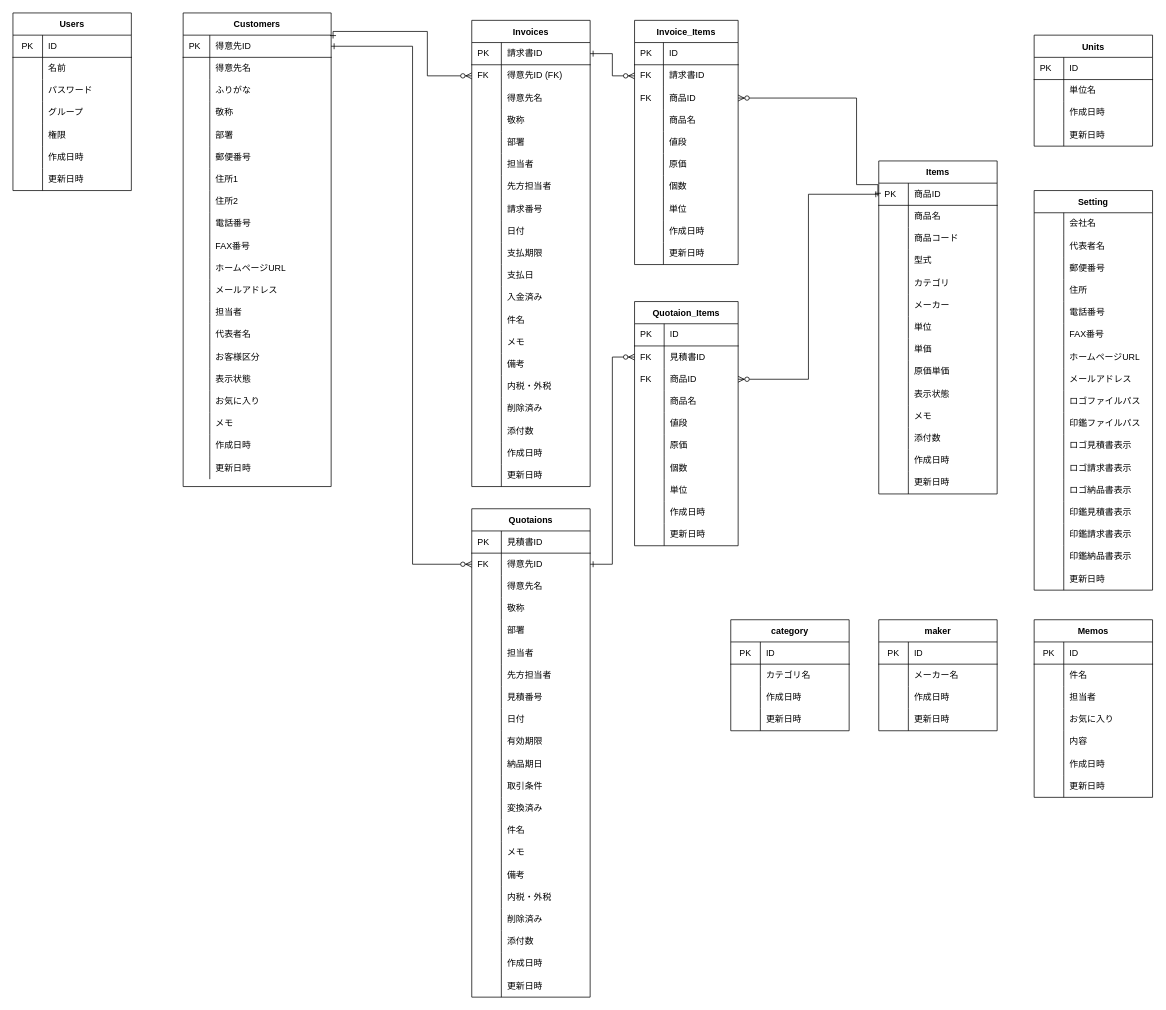
The draw.io diagram soho_er.dio in gamasenninn/caddie-clone, before the edit. Source tidied: cells renumbered, new cells numbered last; positions are measured from the earlier drawing's top-left corner, leaving out a move shared by most shapes. Both pictures are drawn from the tidied source at 74%, with x=0, y=0 at pixel (13, 13).
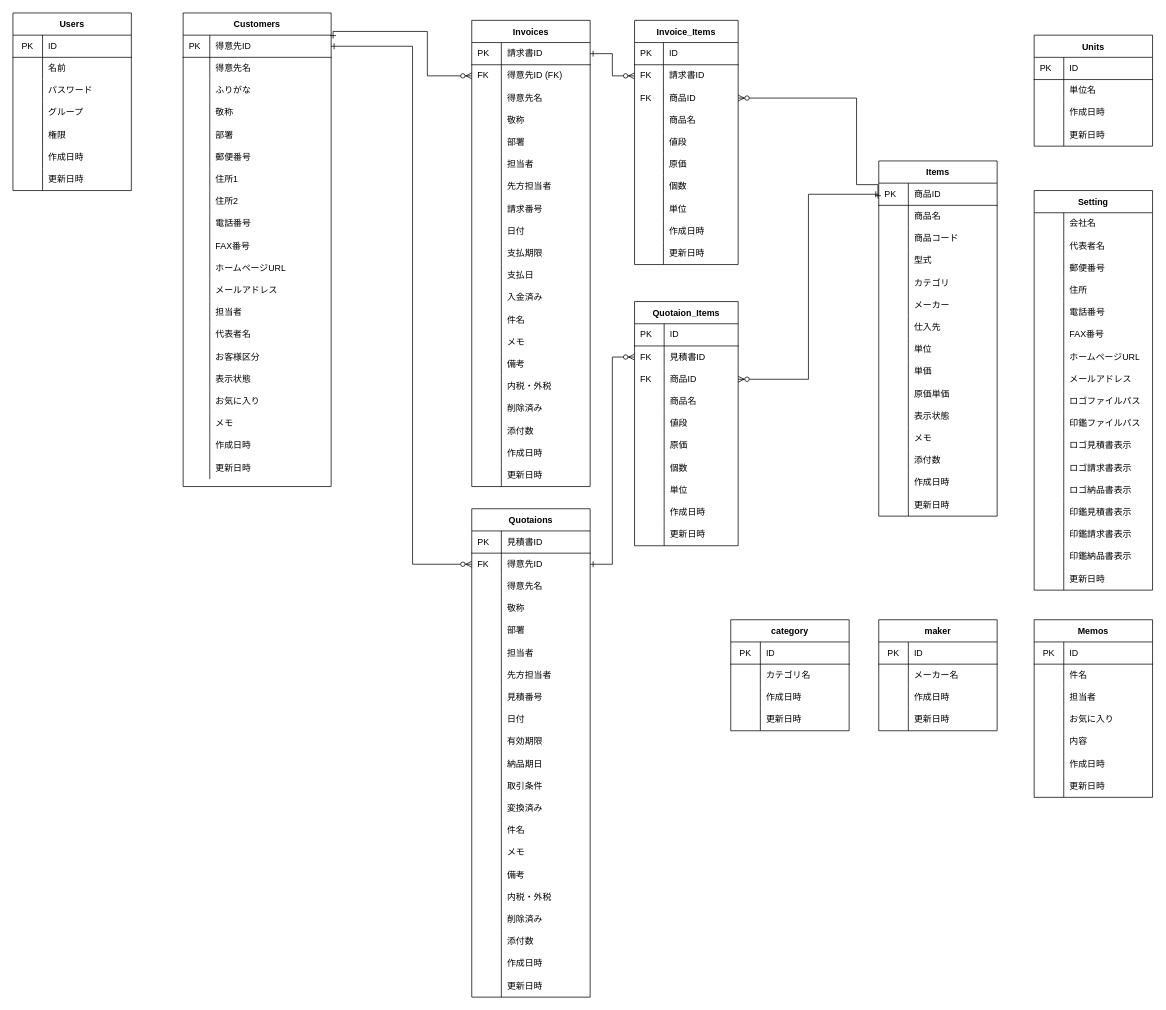
The same page after the edit.

What changed in the source:
```diff
@@
     <mxCell id="63" value="Items" style="shape=table;startSize=30;childLayout=tableLayout;rowLines=0;fontStyle=1;align=center;" parent="1" vertex="1">
-      <mxGeometry x="1170" y="200" width="160" height="450" as="geometry" />
+      <mxGeometry x="1170" y="200" width="160" height="480" as="geometry" />
     </mxCell>
@@
+    <mxCell id="434" style="shape=partialRectangle;html=1;whiteSpace=wrap;fillColor=none;top=0;left=0;bottom=0;right=0;" parent="63" vertex="1">
+      <mxGeometry y="210" width="160" height="30" as="geometry" />
+    </mxCell>
+    <mxCell id="435" style="shape=partialRectangle;html=1;whiteSpace=wrap;fillColor=none;top=0;left=0;bottom=0;right=0;align=left;spacingLeft=6;overflow=hidden;" parent="434" vertex="1">
+      <mxGeometry width="40" height="30" as="geometry" />
+    </mxCell>
+    <mxCell id="436" value="仕入先" style="shape=partialRectangle;html=1;whiteSpace=wrap;fillColor=none;top=0;left=0;bottom=0;right=0;align=left;spacingLeft=6;overflow=hidden;" parent="434" vertex="1">
+      <mxGeometry x="40" width="120" height="30" as="geometry" />
+    </mxCell>
     <mxCell id="82" style="shape=partialRectangle;html=1;whiteSpace=wrap;fillColor=none;top=0;left=0;bottom=0;right=0;" parent="63" vertex="1">
-      <mxGeometry y="210" width="160" height="30" as="geometry" />
+      <mxGeometry y="240" width="160" height="30" as="geometry" />
     </mxCell>
@@
     <mxCell id="85" style="shape=partialRectangle;html=1;whiteSpace=wrap;fillColor=none;top=0;left=0;bottom=0;right=0;" parent="63" vertex="1">
-      <mxGeometry y="240" width="160" height="30" as="geometry" />
+      <mxGeometry y="270" width="160" height="30" as="geometry" />
     </mxCell>
@@
     <mxCell id="88" style="shape=partialRectangle;html=1;whiteSpace=wrap;fillColor=none;top=0;left=0;bottom=0;right=0;" parent="63" vertex="1">
-      <mxGeometry y="270" width="160" height="30" as="geometry" />
+      <mxGeometry y="300" width="160" height="30" as="geometry" />
     </mxCell>
@@
     <mxCell id="91" style="shape=partialRectangle;html=1;whiteSpace=wrap;fillColor=none;top=0;left=0;bottom=0;right=0;" parent="63" vertex="1">
-      <mxGeometry y="300" width="160" height="30" as="geometry" />
+      <mxGeometry y="330" width="160" height="30" as="geometry" />
     </mxCell>
@@
     <mxCell id="94" style="shape=partialRectangle;html=1;whiteSpace=wrap;fillColor=none;top=0;left=0;bottom=0;right=0;" parent="63" vertex="1">
-      <mxGeometry y="330" width="160" height="30" as="geometry" />
+      <mxGeometry y="360" width="160" height="30" as="geometry" />
     </mxCell>
@@
     <mxCell id="97" style="shape=partialRectangle;html=1;whiteSpace=wrap;fillColor=none;top=0;left=0;bottom=0;right=0;" parent="63" vertex="1">
-      <mxGeometry y="360" width="160" height="30" as="geometry" />
+      <mxGeometry y="390" width="160" height="30" as="geometry" />
     </mxCell>
@@
     <mxCell id="100" style="shape=partialRectangle;html=1;whiteSpace=wrap;fillColor=none;top=0;left=0;bottom=0;right=0;" parent="63" vertex="1">
-      <mxGeometry y="390" width="160" height="30" as="geometry" />
+      <mxGeometry y="420" width="160" height="30" as="geometry" />
     </mxCell>
@@
     <mxCell id="103" style="shape=partialRectangle;html=1;whiteSpace=wrap;fillColor=none;top=0;left=0;bottom=0;right=0;" parent="63" vertex="1">
-      <mxGeometry y="420" width="160" height="30" as="geometry" />
+      <mxGeometry y="450" width="160" height="30" as="geometry" />
     </mxCell>
```
